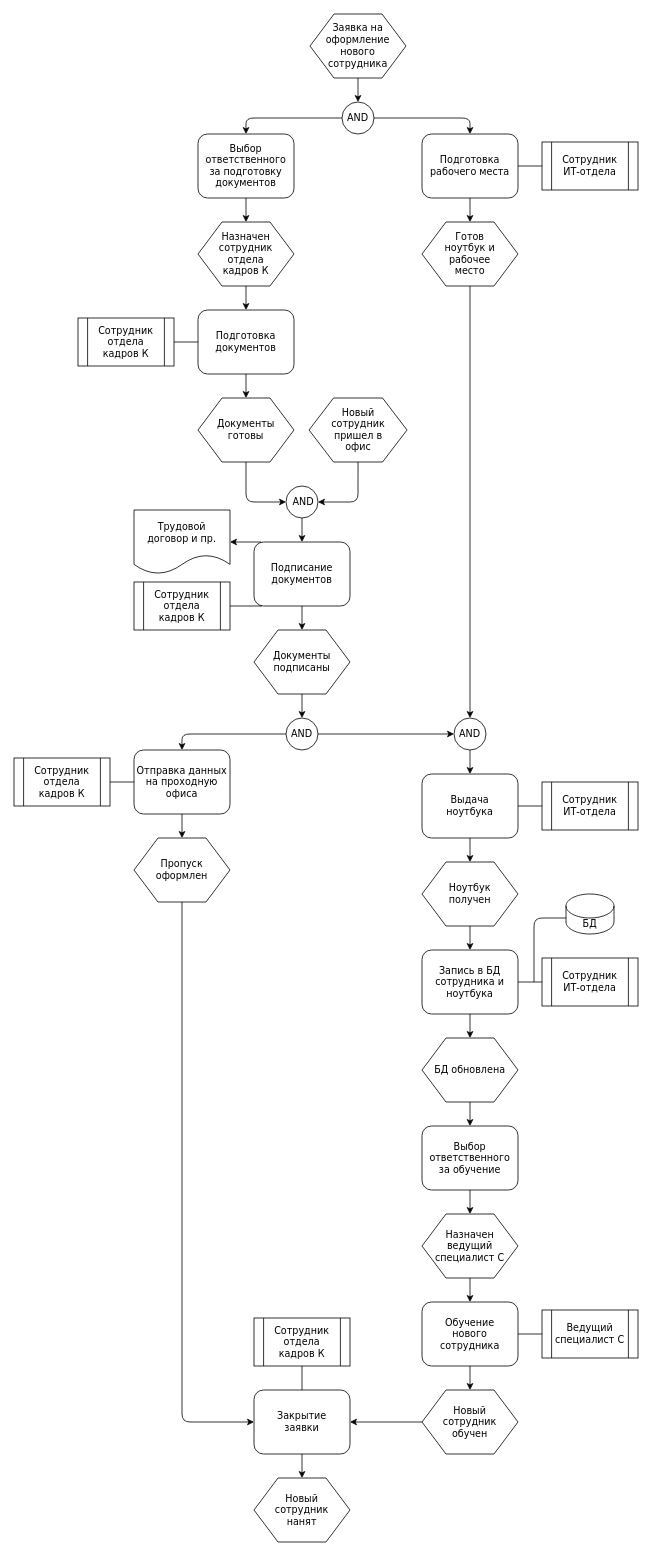
Before: epc.drawio in InnaKolmakova/Lebedev, a draw.io diagram. Source tidied: cells renumbered, new cells numbered last; positions are measured from the earlier drawing's top-left corner, leaving out a move shared by most shapes. Both pictures are drawn from the tidied source at 80%, with x=0, y=0 at pixel (14, 14).
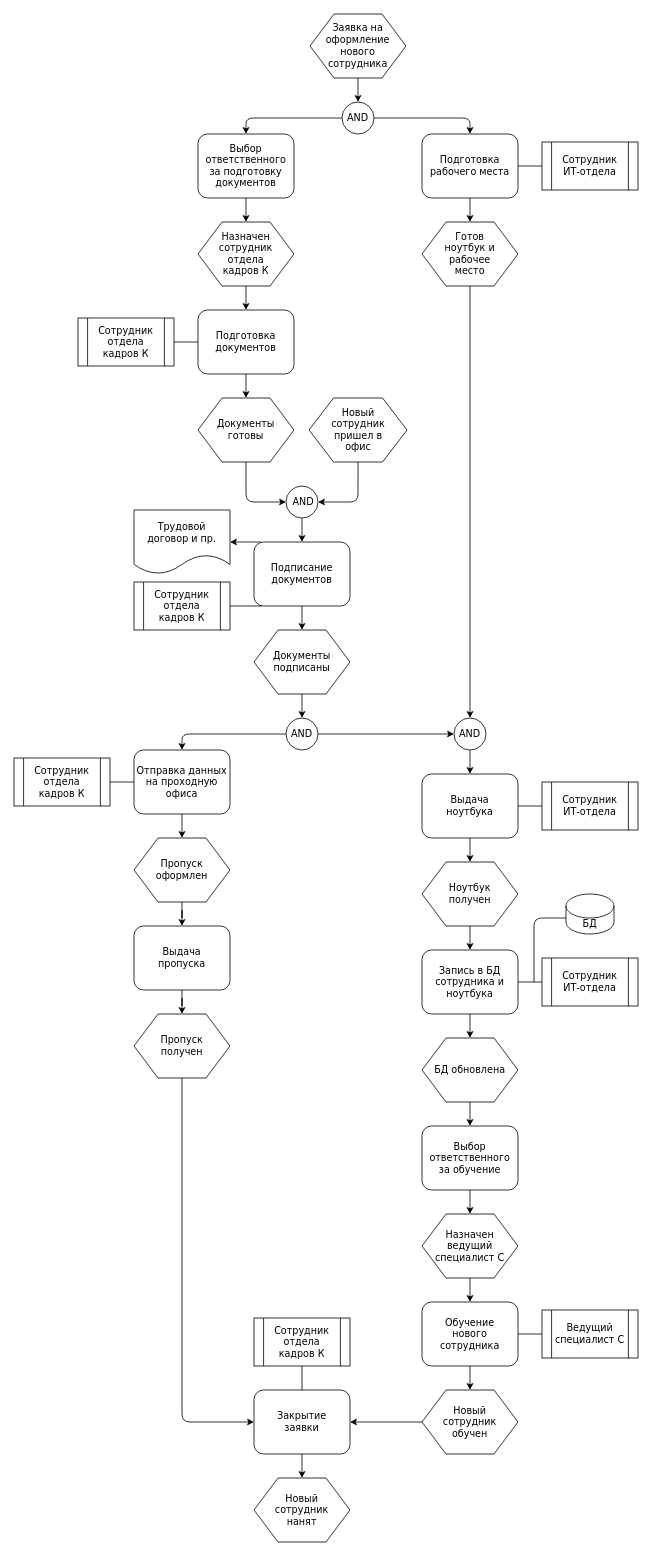
After the change.

Unchanged cells that the change refers to:
```xml
<mxCell id="14" value="Пропуск&lt;br&gt;оформлен" style="shape=hexagon;perimeter=hexagonPerimeter;whiteSpace=wrap;html=1;rounded=0;shadow=0;labelBackgroundColor=none;strokeWidth=1;fontFamily=Verdana;fontSize=12;align=center;" parent="1" vertex="1">
  <mxGeometry x="150" y="1030" width="120" height="80" as="geometry" />
</mxCell>
<mxCell id="71" value="Закрытие&lt;br&gt;заявки" style="rounded=1;whiteSpace=wrap;html=1;shadow=0;labelBackgroundColor=none;strokeWidth=1;fontFamily=Verdana;fontSize=12;align=center;" parent="1" vertex="1">
  <mxGeometry x="300" y="1720" width="120" height="80" as="geometry" />
</mxCell>
```

Change to the diagram source:
```diff
@@
+    <mxCell id="76" style="edgeStyle=orthogonalEdgeStyle;rounded=0;jettySize=auto;html=1;entryX=0.5;entryY=0;entryDx=0;entryDy=0;fontFamily=Verdana;fontSize=12;" parent="1" edge="1" source="14" target="78">
+      <mxGeometry relative="1" as="geometry" />
+    </mxCell>
@@
-    <mxCell id="69" style="endArrow=classic;html=1;fontFamily=Verdana;exitX=0.5;exitY=1;exitDx=0;exitDy=0;entryX=0;entryY=0.5;entryDx=0;entryDy=0;" parent="1" edge="1" source="14" target="71">
-      <mxGeometry relative="1" as="geometry">
-        <Array as="points">
-          <mxPoint x="210" y="1760" />
-        </Array>
-      </mxGeometry>
-    </mxCell>
@@
+    <mxCell id="77" style="edgeStyle=orthogonalEdgeStyle;rounded=0;jettySize=auto;html=1;entryX=0.5;entryY=0;entryDx=0;entryDy=0;fontFamily=Verdana;fontSize=12;" parent="1" edge="1" source="78" target="79">
+      <mxGeometry relative="1" as="geometry" />
+    </mxCell>
+    <mxCell id="78" value="Выдача&lt;br&gt;пропуска" style="rounded=1;whiteSpace=wrap;html=1;shadow=0;labelBackgroundColor=none;strokeWidth=1;fontFamily=Verdana;fontSize=12;align=center;" parent="1" vertex="1">
+      <mxGeometry x="150" y="1140" width="120" height="80" as="geometry" />
+    </mxCell>
+    <mxCell id="79" value="Пропуск&lt;br&gt;получен" style="shape=hexagon;perimeter=hexagonPerimeter;whiteSpace=wrap;html=1;rounded=0;shadow=0;labelBackgroundColor=none;strokeWidth=1;fontFamily=Verdana;fontSize=12;align=center;" parent="1" vertex="1">
+      <mxGeometry x="150" y="1250" width="120" height="80" as="geometry" />
+    </mxCell>
+    <mxCell id="80" style="endArrow=classic;html=1;fontFamily=Verdana;fontSize=12;exitX=0.5;exitY=1;exitDx=0;exitDy=0;entryX=0;entryY=0.5;entryDx=0;entryDy=0;" parent="1" edge="1" source="79" target="71">
+      <mxGeometry relative="1" as="geometry">
+        <Array as="points">
+          <mxPoint x="210" y="1760" />
+        </Array>
+      </mxGeometry>
+    </mxCell>
```
